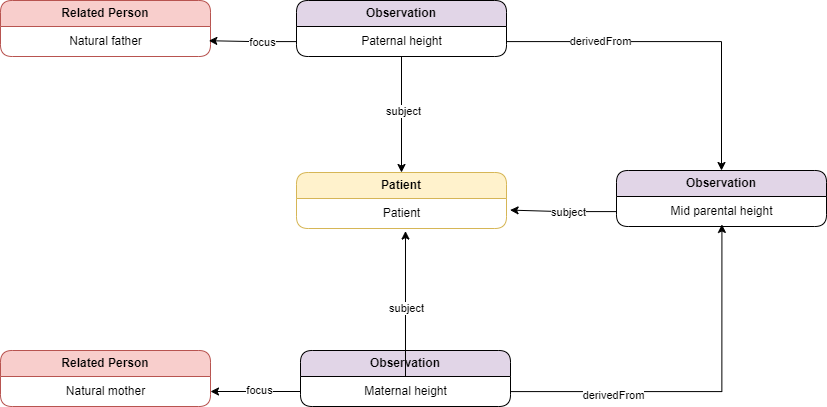
GIGCymru/NHSWales-fhir-profiles keeps this draw.io diagram as Diagrams/LogicalModel-growthChart-MidParentalHeight.png. Above is the earlier version. Source tidied: cells renumbered, new cells last; positions are measured from the earlier drawing's top-left corner, leaving out a move shared by most shapes.
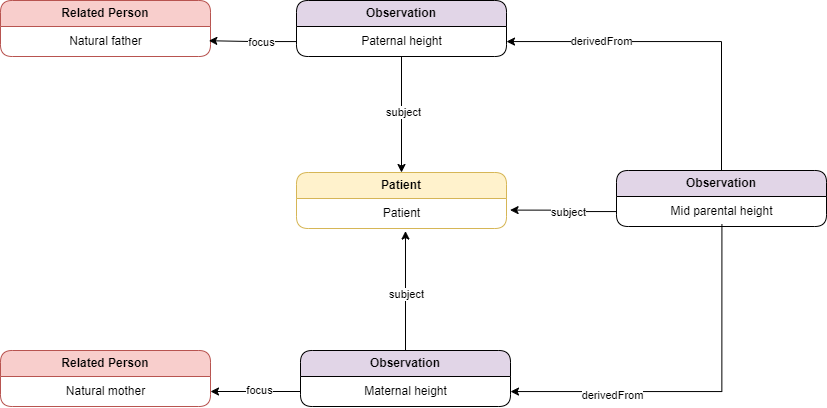
The same file after the commit.

Change to the diagram source:
```diff
@@ -32,13 +32,13 @@
     <mxCell id="11" value="Patient" style="text;html=1;align=center;verticalAlign=middle;points=[];strokeColor=none;fillColor=none;" parent="10" vertex="1">
       <mxGeometry y="26" width="210" height="30" as="geometry" />
     </mxCell>
-    <mxCell id="12" style="edgeStyle=orthogonalEdgeStyle;rounded=0;jettySize=auto;html=1;entryX=0.5;entryY=0;entryDx=0;entryDy=0;" parent="1" edge="1" source="7" target="2">
+    <mxCell id="12" style="edgeStyle=orthogonalEdgeStyle;rounded=0;jettySize=auto;html=1;entryX=0.5;entryY=0;entryDx=0;entryDy=0;startArrow=classic;startFill=1;endArrow=none;endFill=0;" parent="1" edge="1" source="7" target="2">
       <mxGeometry relative="1" as="geometry" />
     </mxCell>
     <mxCell id="13" value="derivedFrom" style="edgeLabel;html=1;align=center;verticalAlign=middle;" parent="12" vertex="1">
       <mxGeometry x="-0.46" y="1" relative="1" as="geometry" />
     </mxCell>
-    <mxCell id="14" style="edgeStyle=orthogonalEdgeStyle;rounded=0;jettySize=auto;html=1;entryX=0.502;entryY=0.931;entryDx=0;entryDy=0;entryPerimeter=0;" parent="1" edge="1" source="5" target="3">
+    <mxCell id="14" style="edgeStyle=orthogonalEdgeStyle;rounded=0;jettySize=auto;html=1;entryX=0.502;entryY=0.931;entryDx=0;entryDy=0;entryPerimeter=0;startArrow=classic;startFill=1;endArrow=none;endFill=0;" parent="1" edge="1" source="5" target="3">
       <mxGeometry relative="1" as="geometry" />
     </mxCell>
     <mxCell id="15" value="derivedFrom" style="edgeLabel;html=1;align=center;verticalAlign=middle;" parent="14" vertex="1">
@@ -64,7 +64,7 @@
         <mxPoint x="-1" as="offset" />
       </mxGeometry>
     </mxCell>
-    <mxCell id="22" style="edgeStyle=orthogonalEdgeStyle;rounded=0;jettySize=auto;html=1;entryX=0.519;entryY=1.085;entryDx=0;entryDy=0;entryPerimeter=0;" parent="1" edge="1" source="5" target="11">
+    <mxCell id="22" style="edgeStyle=orthogonalEdgeStyle;rounded=0;jettySize=auto;html=1;entryX=0.519;entryY=1.085;entryDx=0;entryDy=0;entryPerimeter=0;exitX=0.5;exitY=0;exitDx=0;exitDy=0;" parent="1" edge="1" source="4" target="11">
       <mxGeometry relative="1" as="geometry" />
     </mxCell>
     <mxCell id="23" value="subject" style="edgeLabel;html=1;align=center;verticalAlign=middle;" parent="22" vertex="1">
```
